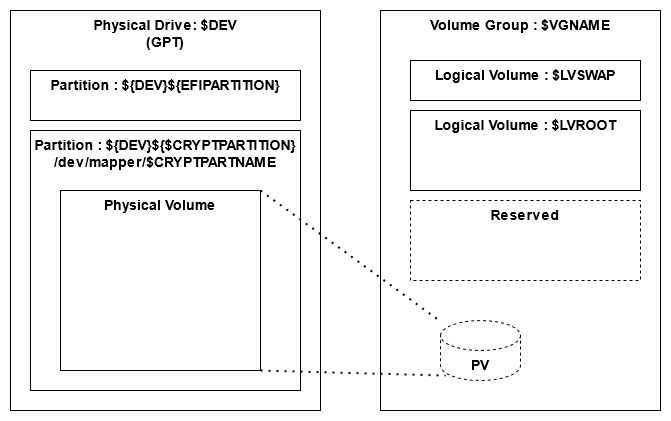
The draw.io diagram image/partition_diagram_0.png in suikan4github/kaiten-yaki, before a commit. Source tidied: cells renumbered, new cells last; positions are measured from the earlier drawing's top-left corner, leaving out a move shared by most shapes.
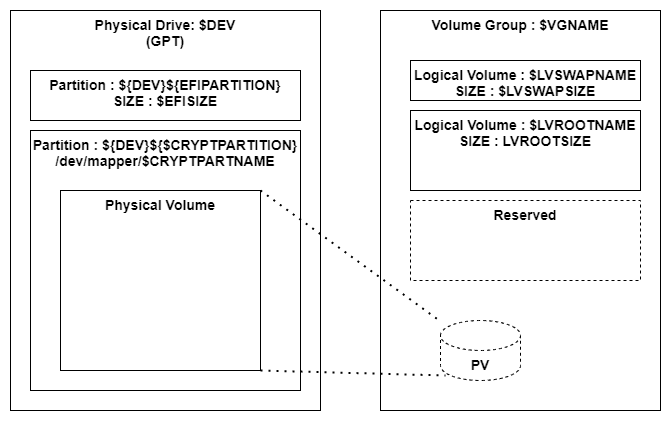
After the commit.

Commit message:
Update the partition diagram

Diff of the diagram source:
```diff
@@ -5,7 +5,7 @@
     <mxCell id="2" value="&lt;div style=&quot;font-size: 14px;&quot;&gt;Physical Drive: $DEV&lt;/div&gt;&lt;div style=&quot;font-size: 14px;&quot;&gt;(GPT)&lt;br style=&quot;font-size: 14px;&quot;&gt;&lt;/div&gt;" style="rounded=0;whiteSpace=wrap;html=1;verticalAlign=top;align=center;fontStyle=1;fontSize=14;" parent="1" vertex="1">
       <mxGeometry width="310" height="400" as="geometry" />
     </mxCell>
-    <mxCell id="3" value="Partition : ${DEV}${EFIPARTITION}" style="rounded=0;whiteSpace=wrap;html=1;verticalAlign=top;align=center;fontStyle=1;fontSize=14;" parent="1" vertex="1">
+    <mxCell id="3" value="Partition : ${DEV}${EFIPARTITION}&lt;br&gt;SIZE : $EFISIZE" style="rounded=0;whiteSpace=wrap;html=1;verticalAlign=top;align=center;fontStyle=1;fontSize=14;" parent="1" vertex="1">
       <mxGeometry x="20" y="60" width="270" height="50" as="geometry" />
     </mxCell>
     <mxCell id="4" value="&lt;div style=&quot;font-size: 14px&quot;&gt;Partition : ${DEV}${$CRYPTPARTITION}&lt;/div&gt;&lt;div style=&quot;font-size: 14px&quot;&gt;/dev/mapper/$CRYPTPARTNAME&lt;/div&gt;&lt;div style=&quot;font-size: 14px&quot;&gt;&lt;br style=&quot;font-size: 14px&quot;&gt;&lt;/div&gt;" style="rounded=0;whiteSpace=wrap;html=1;verticalAlign=top;align=center;fontStyle=1;fontSize=14;" parent="1" vertex="1">
@@ -17,10 +17,10 @@
     <mxCell id="6" value="&lt;div style=&quot;font-size: 14px;&quot;&gt;Volume Group : $VGNAME&lt;br style=&quot;font-size: 14px;&quot;&gt;&lt;/div&gt;" style="rounded=0;whiteSpace=wrap;html=1;verticalAlign=top;fontStyle=1;fontSize=14;" parent="1" vertex="1">
       <mxGeometry x="370" width="280" height="400" as="geometry" />
     </mxCell>
-    <mxCell id="7" value="&lt;div style=&quot;font-size: 14px;&quot;&gt;Logical Volume : $LVSWAP&lt;br style=&quot;font-size: 14px;&quot;&gt;&lt;/div&gt;" style="rounded=0;whiteSpace=wrap;html=1;verticalAlign=top;fontStyle=1;fontSize=14;" parent="1" vertex="1">
+    <mxCell id="7" value="&lt;div style=&quot;font-size: 14px&quot;&gt;Logical Volume : $LVSWAPNAME&lt;br style=&quot;font-size: 14px&quot;&gt;&lt;/div&gt;&lt;div style=&quot;font-size: 14px&quot;&gt;SIZE : $LVSWAPSIZE&lt;/div&gt;" style="rounded=0;whiteSpace=wrap;html=1;verticalAlign=top;fontStyle=1;fontSize=14;" parent="1" vertex="1">
       <mxGeometry x="400" y="50" width="230" height="40" as="geometry" />
     </mxCell>
-    <mxCell id="8" value="&lt;div style=&quot;font-size: 14px;&quot;&gt;Logical Volume : $LVROOT&lt;/div&gt;" style="rounded=0;whiteSpace=wrap;html=1;verticalAlign=top;fontStyle=1;fontSize=14;" parent="1" vertex="1">
+    <mxCell id="8" value="&lt;div style=&quot;font-size: 14px&quot;&gt;Logical Volume : $LVROOTNAME&lt;/div&gt;&lt;div style=&quot;font-size: 14px&quot;&gt;SIZE : LVROOTSIZE&lt;/div&gt;" style="rounded=0;whiteSpace=wrap;html=1;verticalAlign=top;fontStyle=1;fontSize=14;" parent="1" vertex="1">
       <mxGeometry x="400" y="100" width="230" height="80" as="geometry" />
     </mxCell>
     <mxCell id="9" value="PV" style="shape=cylinder3;whiteSpace=wrap;html=1;boundedLbl=1;backgroundOutline=1;size=15;dashed=1;verticalAlign=top;fontStyle=1;fontSize=14;" parent="1" vertex="1">
```
